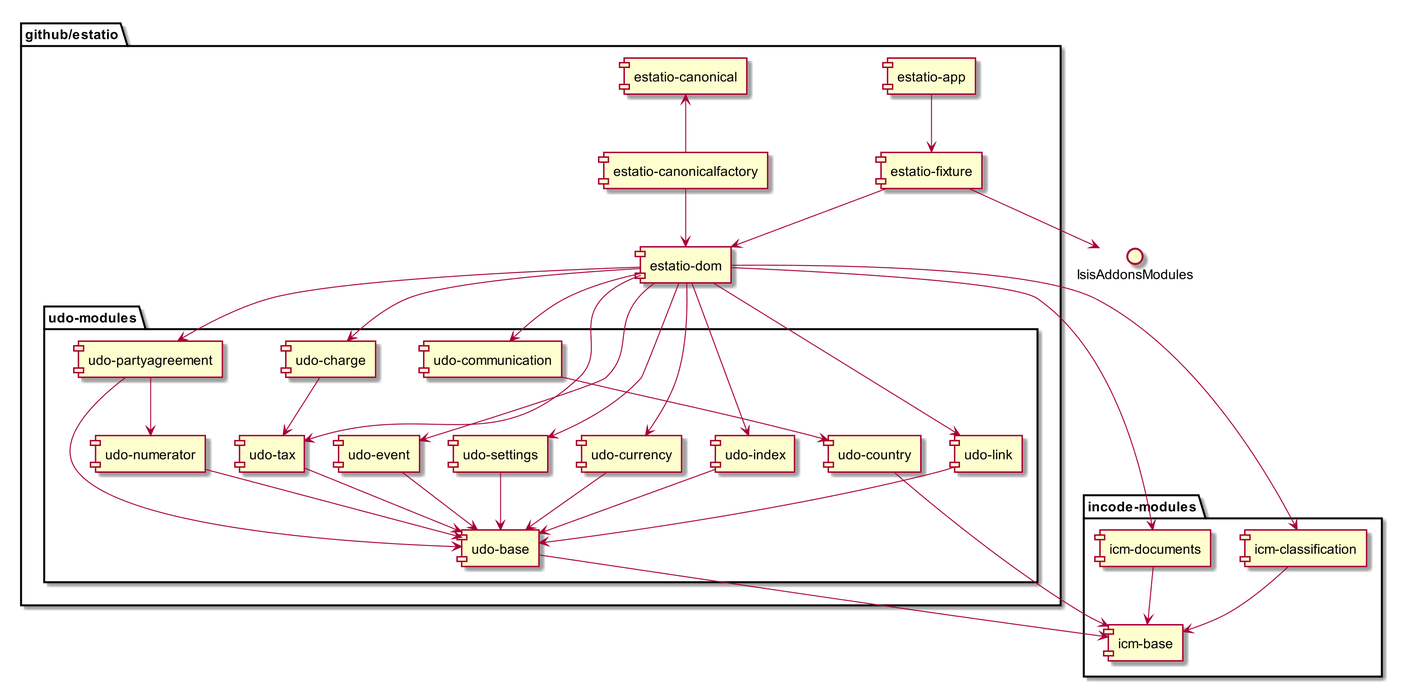
This is images/estatio-and-modules.png from incodehq/developers-guide, a PlantUML export, as it was before one commit.
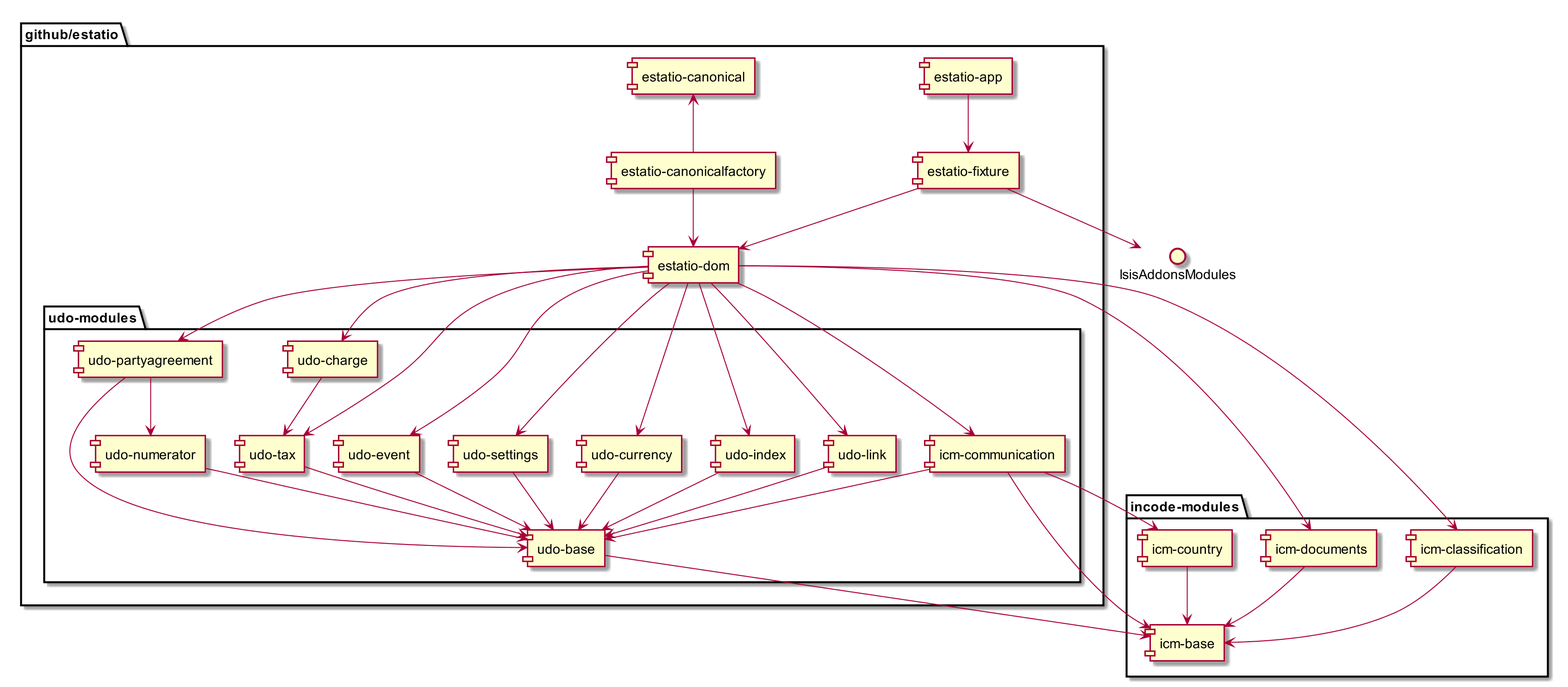
After the commit.

Commit message:
updates the mvn modules, also words on changing the internal module stucture, and possible use of mixin-maven-plugin

The edit, as a diff of the source:
```diff
@@ -21,8 +21,7 @@
         [udo-charge] --> [udo-tax]
         [udo-partyagreement] --> [udo-numerator]
 
-        [udo-communication]
-        [udo-country]
+        [icm-communication]
 
         [udo-currency] --> [udo-base]
         [udo-index] --> [udo-base]
@@ -33,7 +32,7 @@
         [udo-event] --> [udo-base]
         [udo-settings] --> [udo-base]
 
-        [udo-communication] --> [udo-country]
+        [icm-communication] --> [udo-base]
     }
 
     [estatio-dom] --> [udo-charge]
@@ -44,7 +43,7 @@
     [estatio-dom] --> [udo-tax]
     [estatio-dom] --> [udo-event]
     [estatio-dom] --> [udo-settings]
-    [estatio-dom] --> [udo-communication]
+    [estatio-dom] --> [icm-communication]
 
 }
 
@@ -53,6 +52,7 @@
     [icm-base]
     [icm-documents] --> [icm-base]
     [icm-classification] --> [icm-base]
+    [icm-country] --> [icm-base]
 }
 
 
@@ -60,7 +60,11 @@
 [estatio-dom] --> [icm-classification]
 
 [udo-base] --> [icm-base]
-[udo-country] --> [icm-base]
+
+
+[icm-communication] --> [icm-country]
+[icm-communication] --> [icm-base]
+
 
 [estatio-fixture] -right-> IsisAddonsModules
 @enduml
```
